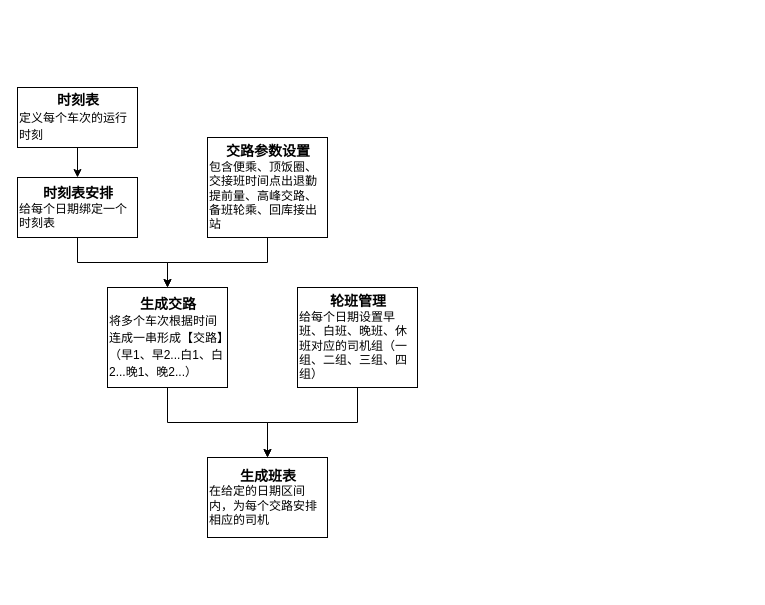
Earlier version of the draw.io diagram 乘务系统.drawio (aspojo/diagrams). Source tidied: cells renumbered, new cells numbered last; positions are measured from the earlier drawing's top-left corner, leaving out a move shared by most shapes. Both pictures are drawn from the tidied source at 100%, with x=0, y=0 at pixel (17, 87).
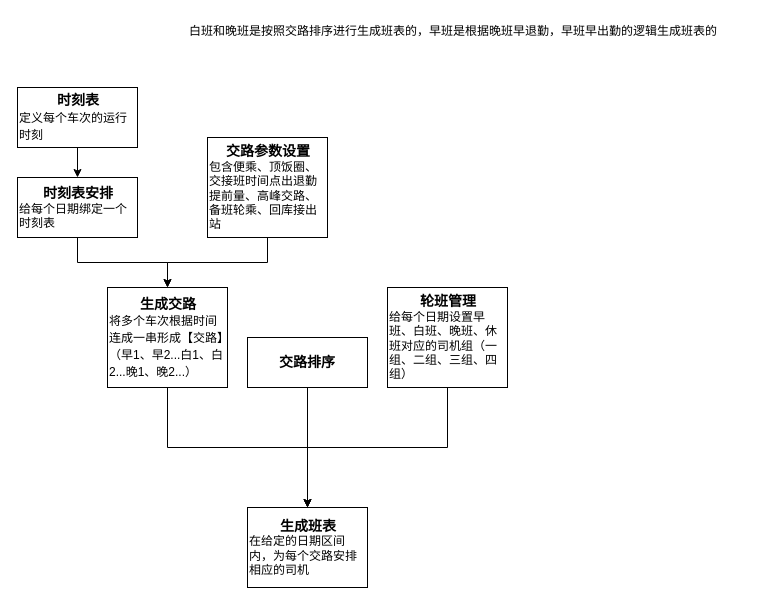
The same diagram, later.

Commit message (it also covers changes not shown here):
更新乘务系统.drawio

The edit, as a diff of the source:
```diff
@@
 <mxGraphModel>
   <root>
     <mxCell id="0" />
     <mxCell id="1" parent="0" />
     <mxCell id="2" style="edgeStyle=orthogonalEdgeStyle;rounded=0;jettySize=auto;html=1;align=left;" parent="1" edge="1" source="3" target="5">
       <mxGeometry relative="1" as="geometry" />
     </mxCell>
     <mxCell id="3" value="&lt;div style=&quot;text-align: center;&quot;&gt;&lt;span style=&quot;background-color: initial;&quot;&gt;时刻表&lt;/span&gt;&lt;/div&gt;&lt;div&gt;&lt;span style=&quot;font-weight: normal;&quot;&gt;&lt;font style=&quot;font-size: 12px;&quot;&gt;定义每个车次的运行时刻&lt;/font&gt;&lt;/span&gt;&lt;/div&gt;" style="rounded=0;whiteSpace=wrap;html=1;fontSize=14;fontStyle=1;align=left;" parent="1" vertex="1">
       <mxGeometry width="120" height="60" as="geometry" />
     </mxCell>
     <mxCell id="4" style="edgeStyle=orthogonalEdgeStyle;rounded=0;jettySize=auto;html=1;align=left;" parent="1" edge="1" source="5" target="9">
       <mxGeometry relative="1" as="geometry" />
     </mxCell>
     <mxCell id="5" value="&lt;div style=&quot;text-align: center;&quot;&gt;&lt;b style=&quot;background-color: initial;&quot;&gt;&lt;font style=&quot;font-size: 14px;&quot;&gt;时刻表安排&lt;/font&gt;&lt;/b&gt;&lt;/div&gt;&lt;div&gt;给每个日期绑定一个时刻表&lt;/div&gt;" style="rounded=0;whiteSpace=wrap;html=1;align=left;" parent="1" vertex="1">
       <mxGeometry y="90" width="120" height="60" as="geometry" />
     </mxCell>
     <mxCell id="6" style="edgeStyle=orthogonalEdgeStyle;rounded=0;jettySize=auto;html=1;exitX=0.5;exitY=1;exitDx=0;exitDy=0;align=left;" parent="1" edge="1" source="7" target="9">
       <mxGeometry relative="1" as="geometry" />
     </mxCell>
     <mxCell id="7" value="&lt;div style=&quot;text-align: center;&quot;&gt;&lt;b style=&quot;background-color: initial;&quot;&gt;&lt;font style=&quot;font-size: 14px;&quot;&gt;交路参数设置&lt;/font&gt;&lt;/b&gt;&lt;/div&gt;&lt;div&gt;包含便乘、顶饭圈、交接班时间点出退勤提前量、高峰交路、备班轮乘、回库接出站&lt;/div&gt;" style="rounded=0;whiteSpace=wrap;html=1;align=left;" parent="1" vertex="1">
       <mxGeometry x="190" y="50" width="120" height="100" as="geometry" />
     </mxCell>
-    <mxCell id="8" style="edgeStyle=orthogonalEdgeStyle;rounded=0;jettySize=auto;html=1;align=left;" parent="1" edge="1" source="9" target="12">
+    <mxCell id="8" style="edgeStyle=orthogonalEdgeStyle;rounded=0;jettySize=auto;html=1;align=left;" parent="1" edge="1" source="15" target="12">
       <mxGeometry relative="1" as="geometry" />
     </mxCell>
     <mxCell id="9" value="&lt;div style=&quot;text-align: center;&quot;&gt;&lt;span style=&quot;background-color: initial;&quot;&gt;生成交路&lt;/span&gt;&lt;/div&gt;&lt;div&gt;&lt;span style=&quot;font-size: 12px; font-weight: 400;&quot;&gt;将多个车次根据时间连成一串形成【交路】（早1、早2...白1、白2...晚1、晚2...）&lt;/span&gt;&lt;br&gt;&lt;/div&gt;" style="rounded=0;whiteSpace=wrap;html=1;fontStyle=1;fontSize=14;align=left;" parent="1" vertex="1">
       <mxGeometry x="90" y="200" width="120" height="100" as="geometry" />
     </mxCell>
-    <mxCell id="10" style="edgeStyle=orthogonalEdgeStyle;rounded=0;jettySize=auto;html=1;align=left;" parent="1" edge="1" source="11" target="12">
+    <mxCell id="10" style="edgeStyle=orthogonalEdgeStyle;rounded=0;jettySize=auto;html=1;align=left;exitX=0.5;exitY=1;exitDx=0;exitDy=0;" parent="1" edge="1" source="11" target="12">
       <mxGeometry relative="1" as="geometry" />
     </mxCell>
     <mxCell id="11" value="&lt;div style=&quot;text-align: center;&quot;&gt;&lt;b style=&quot;background-color: initial;&quot;&gt;&lt;font style=&quot;font-size: 14px;&quot;&gt;轮班管理&lt;/font&gt;&lt;/b&gt;&lt;/div&gt;&lt;div&gt;给每个日期设置早班、白班、晚班、休班对应的司机组（一组、二组、三组、四组）&lt;/div&gt;" style="rounded=0;whiteSpace=wrap;html=1;align=left;" parent="1" vertex="1">
-      <mxGeometry x="280" y="200" width="120" height="100" as="geometry" />
+      <mxGeometry x="370" y="200" width="120" height="100" as="geometry" />
     </mxCell>
     <mxCell id="12" value="&lt;div style=&quot;text-align: center;&quot;&gt;&lt;b style=&quot;background-color: initial;&quot;&gt;&lt;font style=&quot;font-size: 14px;&quot;&gt;生成班表&lt;/font&gt;&lt;/b&gt;&lt;/div&gt;&lt;div&gt;在给定的日期区间内，为每个交路安排相应的司机&lt;/div&gt;" style="rounded=0;whiteSpace=wrap;html=1;align=left;" parent="1" vertex="1">
-      <mxGeometry x="190" y="370" width="120" height="80" as="geometry" />
+      <mxGeometry x="230" y="420" width="120" height="80" as="geometry" />
     </mxCell>
+    <mxCell id="13" value="白班和晚班是按照交路排序进行生成班表的，早班是根据晚班早退勤，早班早出勤的逻辑生成班表的" style="text;whiteSpace=wrap;" parent="1" vertex="1">
+      <mxGeometry x="170" y="-70" width="560" height="50" as="geometry" />
+    </mxCell>
+    <mxCell id="14" style="edgeStyle=orthogonalEdgeStyle;rounded=0;jettySize=auto;html=1;align=left;exitX=0.5;exitY=1;exitDx=0;exitDy=0;" parent="1" edge="1" source="9" target="12">
+      <mxGeometry relative="1" as="geometry" />
+    </mxCell>
+    <mxCell id="15" value="&lt;div style=&quot;&quot;&gt;&lt;span style=&quot;font-size: 14px;&quot;&gt;&lt;b&gt;交路排序&lt;/b&gt;&lt;/span&gt;&lt;/div&gt;" style="rounded=0;whiteSpace=wrap;html=1;align=center;" parent="1" vertex="1">
+      <mxGeometry x="230" y="250" width="120" height="50" as="geometry" />
+    </mxCell>
   </root>
 </mxGraphModel>
```
